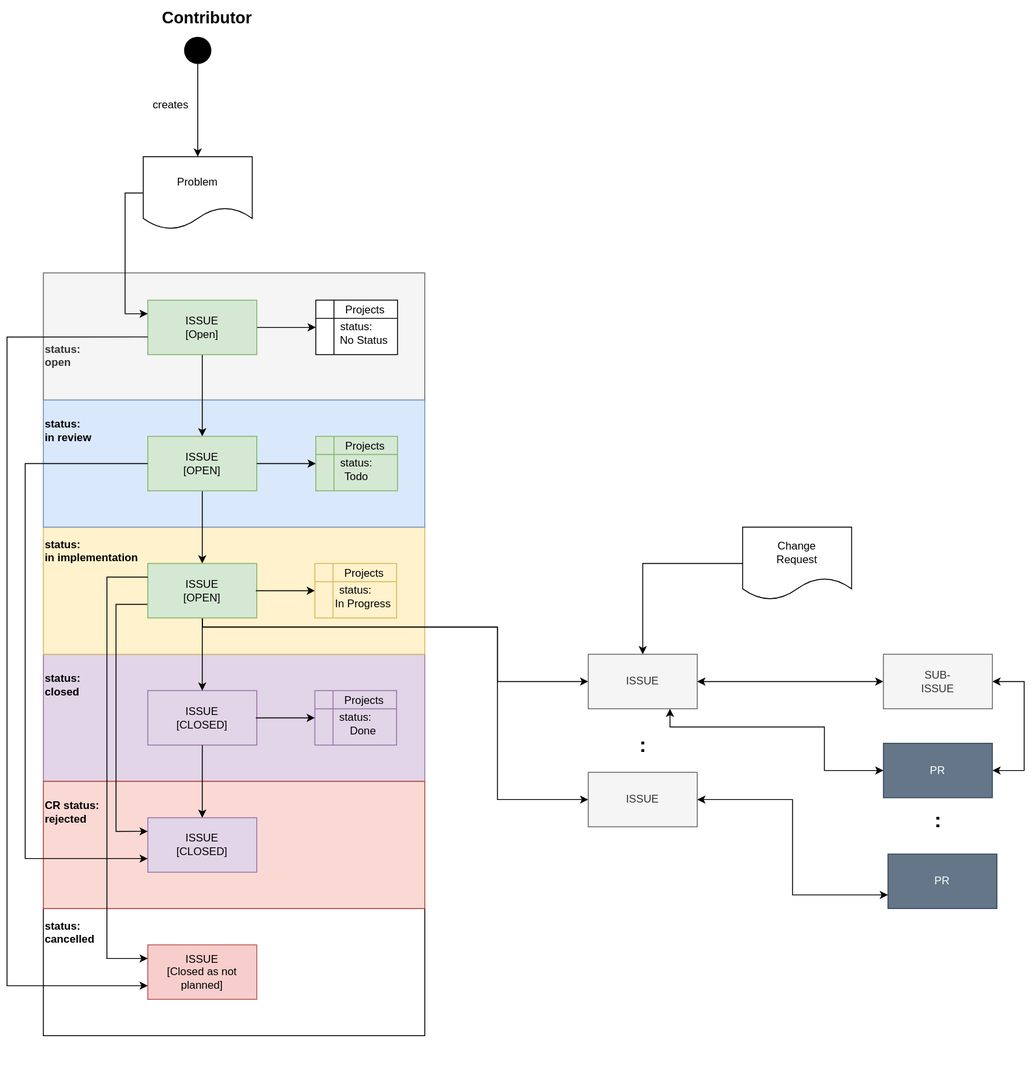
The draw.io diagram pr-755/_images/score_problem_resolution_workflow_simple.drawio.svg in umaucher/score, before a commit. Source tidied: cells renumbered, new cells last; positions are measured from the earlier drawing's top-left corner, leaving out a move shared by most shapes.
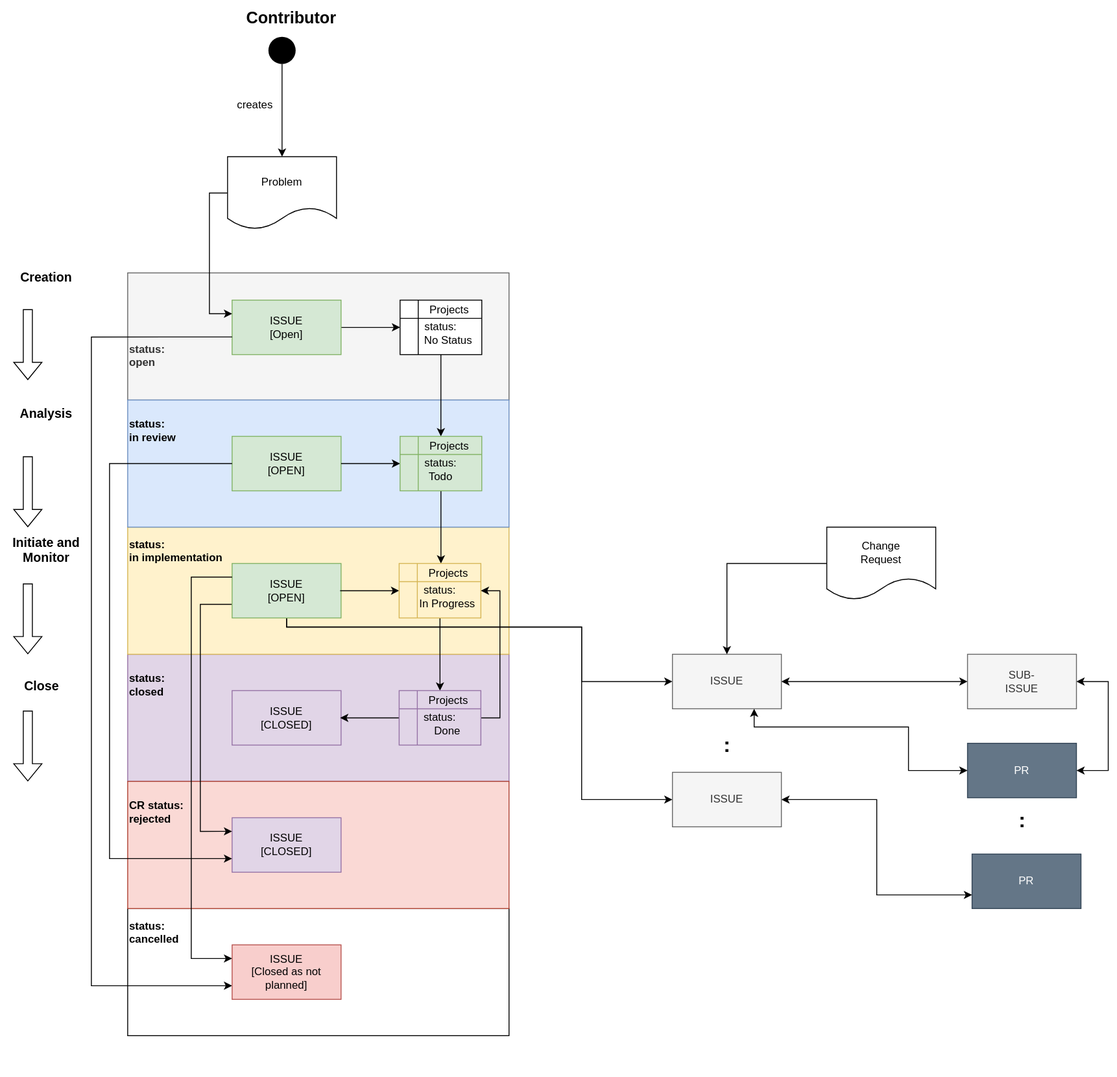
The same diagram one commit later.

What changed in the source:
```diff
@@ -17,9 +17,6 @@
     <mxCell id="6" value="&lt;br&gt;&lt;br&gt;&lt;br&gt;&lt;br&gt;&lt;br&gt;status:&lt;br&gt;in review&lt;br&gt;&lt;br&gt;&lt;br&gt;&lt;br&gt;&lt;br&gt;&lt;br&gt;&lt;br&gt;&lt;br&gt;&lt;br&gt;&lt;br&gt;&lt;div style=&quot;&quot;&gt;&lt;br&gt;&lt;/div&gt;" style="rounded=0;whiteSpace=wrap;html=1;fillColor=#dae8fc;strokeColor=#6c8ebf;align=left;fontStyle=1;" parent="1" vertex="1">
       <mxGeometry x="40" y="440" width="420" height="140" as="geometry" />
     </mxCell>
-    <mxCell id="7" style="edgeStyle=orthogonalEdgeStyle;rounded=0;jettySize=auto;html=1;entryX=0.5;entryY=0;entryDx=0;entryDy=0;" parent="1" edge="1" source="9" target="19">
-      <mxGeometry relative="1" as="geometry" />
-    </mxCell>
     <mxCell id="8" style="edgeStyle=orthogonalEdgeStyle;rounded=0;jettySize=auto;html=1;" parent="1" edge="1" source="9" target="22">
       <mxGeometry relative="1" as="geometry" />
     </mxCell>
@@ -55,9 +52,6 @@
         </Array>
       </mxGeometry>
     </mxCell>
-    <mxCell id="18" style="edgeStyle=orthogonalEdgeStyle;rounded=0;jettySize=auto;html=1;" parent="1" edge="1" source="19" target="32">
-      <mxGeometry relative="1" as="geometry" />
-    </mxCell>
     <mxCell id="19" value="ISSUE&lt;br&gt;[OPEN]" style="rounded=0;whiteSpace=wrap;html=1;fillColor=#d5e8d4;strokeColor=#82b366;" parent="1" vertex="1">
       <mxGeometry x="155" y="480" width="120" height="60" as="geometry" />
     </mxCell>
@@ -67,6 +61,9 @@
     <mxCell id="21" value="ISSUE&lt;br&gt;[CLOSED]" style="rounded=0;whiteSpace=wrap;html=1;fillColor=#e1d5e7;strokeColor=#9673a6;" parent="1" vertex="1">
       <mxGeometry x="155" y="900" width="120" height="60" as="geometry" />
     </mxCell>
+    <mxCell id="55" style="edgeStyle=orthogonalEdgeStyle;rounded=0;jettySize=auto;html=1;entryX=0.371;entryY=0.133;entryDx=0;entryDy=0;entryPerimeter=0;" parent="1" edge="1" source="22" target="26">
+      <mxGeometry relative="1" as="geometry" />
+    </mxCell>
     <mxCell id="22" value="&lt;br&gt;status:&lt;br&gt;&amp;nbsp; &amp;nbsp; &amp;nbsp;No Status" style="shape=internalStorage;whiteSpace=wrap;html=1;backgroundOutline=1;" parent="1" vertex="1">
       <mxGeometry x="340" y="330" width="90" height="60" as="geometry" />
     </mxCell>
@@ -78,6 +75,9 @@
         <mxPoint x="275" y="510" as="sourcePoint" />
       </mxGeometry>
     </mxCell>
+    <mxCell id="56" style="edgeStyle=orthogonalEdgeStyle;rounded=0;jettySize=auto;html=1;entryX=0.386;entryY=0.133;entryDx=0;entryDy=0;entryPerimeter=0;" parent="1" edge="1" source="25" target="35">
+      <mxGeometry relative="1" as="geometry" />
+    </mxCell>
     <mxCell id="25" value="&lt;br&gt;status:&lt;br&gt;Todo" style="shape=internalStorage;whiteSpace=wrap;html=1;backgroundOutline=1;fillColor=#d5e8d4;strokeColor=#82b366;" parent="1" vertex="1">
       <mxGeometry x="340" y="480" width="90" height="60" as="geometry" />
     </mxCell>
@@ -87,9 +87,6 @@
     <mxCell id="27" value="ISSUE&lt;br&gt;[Closed as not planned]" style="rounded=0;whiteSpace=wrap;html=1;fillColor=#f8cecc;strokeColor=#b85450;" parent="1" vertex="1">
       <mxGeometry x="155" y="1040" width="120" height="60" as="geometry" />
     </mxCell>
-    <mxCell id="28" style="edgeStyle=orthogonalEdgeStyle;rounded=0;jettySize=auto;html=1;" parent="1" edge="1" source="32" target="16">
-      <mxGeometry relative="1" as="geometry" />
-    </mxCell>
     <mxCell id="29" style="edgeStyle=orthogonalEdgeStyle;rounded=0;jettySize=auto;html=1;entryX=0;entryY=0.5;entryDx=0;entryDy=0;" parent="1" edge="1" source="32" target="42">
       <mxGeometry relative="1" as="geometry">
         <Array as="points">
@@ -124,6 +121,9 @@
         <mxPoint x="274" y="650" as="sourcePoint" />
       </mxGeometry>
     </mxCell>
+    <mxCell id="57" style="edgeStyle=orthogonalEdgeStyle;rounded=0;jettySize=auto;html=1;entryX=0.371;entryY=0.133;entryDx=0;entryDy=0;entryPerimeter=0;" parent="1" edge="1" source="34" target="39">
+      <mxGeometry relative="1" as="geometry" />
+    </mxCell>
     <mxCell id="34" value="&lt;br&gt;status:&lt;br&gt;&amp;nbsp; &amp;nbsp; &amp;nbsp;In Progress" style="shape=internalStorage;whiteSpace=wrap;html=1;backgroundOutline=1;fillColor=#fff2cc;strokeColor=#d6b656;" parent="1" vertex="1">
       <mxGeometry x="339" y="620" width="90" height="60" as="geometry" />
     </mxCell>
@@ -138,20 +138,25 @@
         </Array>
       </mxGeometry>
     </mxCell>
-    <mxCell id="37" style="edgeStyle=orthogonalEdgeStyle;rounded=0;jettySize=auto;html=1;" parent="1" edge="1" target="38">
+    <mxCell id="37" style="edgeStyle=orthogonalEdgeStyle;rounded=0;jettySize=auto;html=1;endArrow=none;endFill=0;startArrow=classic;startFill=1;" parent="1" edge="1" target="38">
       <mxGeometry relative="1" as="geometry">
         <mxPoint x="274" y="790" as="sourcePoint" />
       </mxGeometry>
     </mxCell>
+    <mxCell id="58" style="edgeStyle=orthogonalEdgeStyle;rounded=0;jettySize=auto;html=1;entryX=1;entryY=0.5;entryDx=0;entryDy=0;startArrow=none;startFill=0;endArrow=classic;endFill=1;" parent="1" edge="1" source="38" target="34">
+      <mxGeometry relative="1" as="geometry">
+        <Array as="points">
+          <mxPoint x="450" y="790" />
+          <mxPoint x="450" y="650" />
+        </Array>
+      </mxGeometry>
+    </mxCell>
     <mxCell id="38" value="&lt;br&gt;status:&lt;br&gt;&amp;nbsp; &amp;nbsp; &amp;nbsp;Done" style="shape=internalStorage;whiteSpace=wrap;html=1;backgroundOutline=1;fillColor=#e1d5e7;strokeColor=#9673a6;" parent="1" vertex="1">
       <mxGeometry x="339" y="760" width="90" height="60" as="geometry" />
     </mxCell>
     <mxCell id="39" value="Projects" style="text;html=1;align=center;verticalAlign=middle;points=[];strokeColor=none;fillColor=none;" parent="1" vertex="1">
       <mxGeometry x="358" y="756" width="70" height="30" as="geometry" />
     </mxCell>
-    <mxCell id="40" style="edgeStyle=orthogonalEdgeStyle;rounded=0;jettySize=auto;html=1;entryX=0.5;entryY=0;entryDx=0;entryDy=0;" parent="1" edge="1" source="16" target="21">
-      <mxGeometry relative="1" as="geometry" />
-    </mxCell>
     <mxCell id="41" style="edgeStyle=orthogonalEdgeStyle;rounded=0;jettySize=auto;html=1;entryX=0;entryY=0.5;entryDx=0;entryDy=0;startArrow=classic;startFill=1;exitX=1;exitY=0.5;exitDx=0;exitDy=0;" parent="1" edge="1" source="42" target="50">
       <mxGeometry relative="1" as="geometry">
         <Array as="points">
@@ -214,5 +219,41 @@
         </Array>
       </mxGeometry>
     </mxCell>
+    <mxCell id="59" style="shape=flexArrow;endArrow=classic;html=1;rounded=0;" parent="1" edge="1">
+      <mxGeometry relative="1" as="geometry">
+        <mxPoint x="-70" y="340" as="sourcePoint" />
+        <mxPoint x="-70" y="418" as="targetPoint" />
+      </mxGeometry>
+    </mxCell>
+    <mxCell id="60" value="&lt;b&gt;&lt;font style=&quot;font-size: 14px;&quot;&gt;Creation&lt;/font&gt;&lt;/b&gt;" style="text;html=1;align=center;verticalAlign=middle;strokeColor=none;fillColor=none;" parent="1" vertex="1">
+      <mxGeometry x="-90" y="290" width="80" height="30" as="geometry" />
+    </mxCell>
+    <mxCell id="61" value="&lt;b&gt;&lt;font style=&quot;font-size: 14px;&quot;&gt;Analysis&lt;/font&gt;&lt;/b&gt;" style="text;html=1;align=center;verticalAlign=middle;strokeColor=none;fillColor=none;" parent="1" vertex="1">
+      <mxGeometry x="-90" y="440" width="80" height="30" as="geometry" />
+    </mxCell>
+    <mxCell id="62" style="shape=flexArrow;endArrow=classic;html=1;rounded=0;" parent="1" edge="1">
+      <mxGeometry relative="1" as="geometry">
+        <mxPoint x="-70" y="502" as="sourcePoint" />
+        <mxPoint x="-70" y="580" as="targetPoint" />
+      </mxGeometry>
+    </mxCell>
+    <mxCell id="63" value="&lt;b&gt;&lt;font style=&quot;font-size: 14px;&quot;&gt;Initiate and &lt;br&gt;Monitor&lt;br&gt;&lt;/font&gt;&lt;/b&gt;" style="text;html=1;align=center;verticalAlign=middle;strokeColor=none;fillColor=none;" parent="1" vertex="1">
+      <mxGeometry x="-100" y="580" width="100" height="50" as="geometry" />
+    </mxCell>
+    <mxCell id="64" style="shape=flexArrow;endArrow=classic;html=1;rounded=0;" parent="1" edge="1">
+      <mxGeometry relative="1" as="geometry">
+        <mxPoint x="-70" y="642" as="sourcePoint" />
+        <mxPoint x="-70" y="720" as="targetPoint" />
+      </mxGeometry>
+    </mxCell>
+    <mxCell id="65" value="&lt;b&gt;&lt;font style=&quot;font-size: 14px;&quot;&gt;Close&lt;br&gt;&lt;/font&gt;&lt;/b&gt;" style="text;html=1;align=center;verticalAlign=middle;strokeColor=none;fillColor=none;" parent="1" vertex="1">
+      <mxGeometry x="-85" y="740" width="60" height="30" as="geometry" />
+    </mxCell>
+    <mxCell id="66" style="shape=flexArrow;endArrow=classic;html=1;rounded=0;" parent="1" edge="1">
+      <mxGeometry relative="1" as="geometry">
+        <mxPoint x="-70" y="782" as="sourcePoint" />
+        <mxPoint x="-70" y="860" as="targetPoint" />
+      </mxGeometry>
+    </mxCell>
   </root>
 </mxGraphModel>
```
